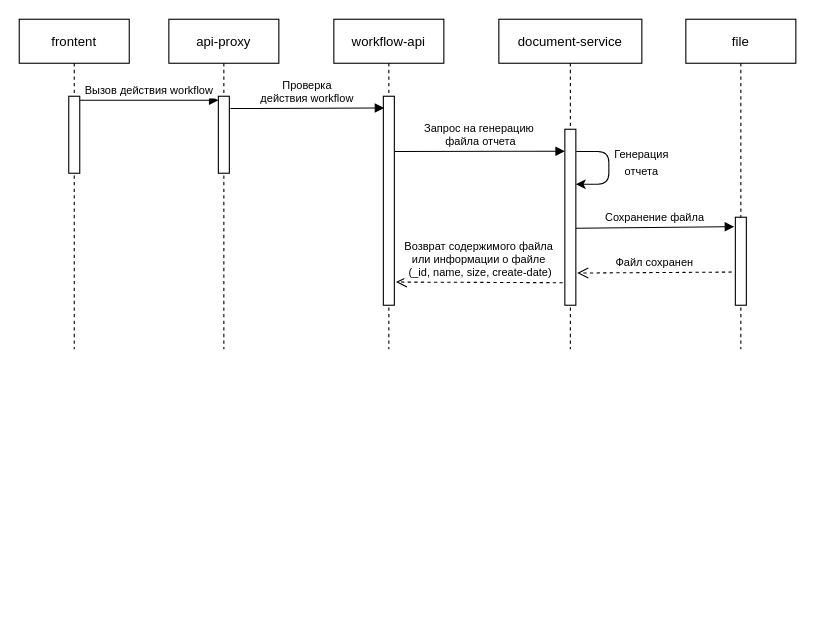
This is document-service/syncExport.drawio from effective-group/docs-drawio, a draw.io file, before an edit. Source tidied: cells renumbered, new cells numbered last; positions are measured from the earlier drawing's top-left corner, leaving out a move shared by most shapes. Both pictures are drawn from the tidied source at 110%, with x=0, y=0 at pixel (19, 19).
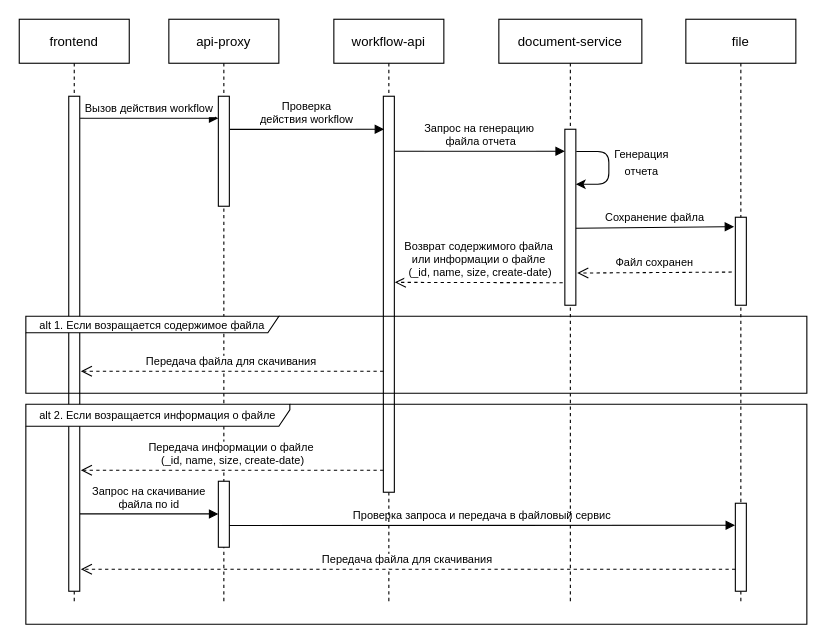
The same page after the edit.

Unchanged cells that the change refers to:
```xml
<mxCell id="9" style="points=[];perimeter=orthogonalPerimeter;rounded=0;shadow=0;strokeWidth=1;" parent="8" vertex="1">
  <mxGeometry x="60" y="100" width="10" height="160" as="geometry" />
</mxCell>
```

Diff of the diagram source:
```diff
@@
-    <mxCell id="2" value="frontent" style="shape=umlLifeline;perimeter=lifelinePerimeter;rounded=0;shadow=0;strokeWidth=1;" parent="1" vertex="1">
-      <mxGeometry width="100" height="300" as="geometry" />
+    <mxCell id="2" value="frontend" style="shape=umlLifeline;perimeter=lifelinePerimeter;rounded=0;shadow=0;strokeWidth=1;" parent="1" vertex="1">
+      <mxGeometry width="100" height="530" as="geometry" />
     </mxCell>
     <mxCell id="3" style="points=[];perimeter=orthogonalPerimeter;rounded=0;shadow=0;strokeWidth=1;" parent="2" vertex="1">
-      <mxGeometry x="45" y="70" width="10" height="70" as="geometry" />
+      <mxGeometry x="45" y="70" width="10" height="450" as="geometry" />
     </mxCell>
     <mxCell id="4" value="api-proxy" style="shape=umlLifeline;perimeter=lifelinePerimeter;rounded=0;shadow=0;strokeWidth=1;" parent="1" vertex="1">
-      <mxGeometry x="136" width="100" height="300" as="geometry" />
+      <mxGeometry x="136" width="100" height="530" as="geometry" />
     </mxCell>
     <mxCell id="5" style="points=[];perimeter=orthogonalPerimeter;rounded=0;shadow=0;strokeWidth=1;" parent="4" vertex="1">
-      <mxGeometry x="45" y="70" width="10" height="70" as="geometry" />
+      <mxGeometry x="45" y="70" width="10" height="100" as="geometry" />
     </mxCell>
+    <mxCell id="20" style="perimeter=orthogonalPerimeter;rounded=0;shadow=0;strokeWidth=1;" parent="4" vertex="1">
+      <mxGeometry x="45" y="420" width="10" height="60" as="geometry" />
+    </mxCell>
+    <mxCell id="21" value="Запрос на скачивание &#10;файла по id" style="verticalAlign=bottom;endArrow=block;entryX=0.005;entryY=0.051;shadow=0;strokeWidth=1;entryDx=0;entryDy=0;entryPerimeter=0;exitX=1.028;exitY=0.051;exitDx=0;exitDy=0;exitPerimeter=0;fontSize=10;" parent="4" edge="1">
+      <mxGeometry relative="1" as="geometry">
+        <mxPoint x="-80.8" y="449.7" as="sourcePoint" />
+        <mxPoint x="45" y="449.7" as="targetPoint" />
+      </mxGeometry>
+    </mxCell>
+    <mxCell id="22" value="Проверка запроса и передача в файловый сервис" style="verticalAlign=bottom;endArrow=block;shadow=0;strokeWidth=1;exitX=1.028;exitY=0.051;exitDx=0;exitDy=0;exitPerimeter=0;fontSize=10;entryX=-0.031;entryY=0.124;entryDx=0;entryDy=0;entryPerimeter=0;" parent="4" edge="1">
+      <mxGeometry relative="1" as="geometry">
+        <mxPoint x="55" y="460.2" as="sourcePoint" />
+        <mxPoint x="514.7" y="460" as="targetPoint" />
+      </mxGeometry>
+    </mxCell>
     <mxCell id="6" value="workflow-api" style="shape=umlLifeline;perimeter=lifelinePerimeter;rounded=0;shadow=0;strokeWidth=1;" parent="1" vertex="1">
-      <mxGeometry x="286" width="100" height="300" as="geometry" />
+      <mxGeometry x="286" width="100" height="530" as="geometry" />
     </mxCell>
     <mxCell id="7" style="points=[];perimeter=orthogonalPerimeter;rounded=0;shadow=0;strokeWidth=1;" parent="6" vertex="1">
-      <mxGeometry x="45" y="70" width="10" height="190" as="geometry" />
+      <mxGeometry x="45" y="70" width="10" height="360" as="geometry" />
     </mxCell>
+    <mxCell id="23" value="Передача информации о файле&#10; (_id, name, size, create-date)" style="verticalAlign=bottom;endArrow=open;dashed=1;endSize=8;shadow=0;strokeWidth=1;fontSize=10;exitX=-0.191;exitY=0.872;exitDx=0;exitDy=0;exitPerimeter=0;" parent="6" edge="1">
+      <mxGeometry relative="1" as="geometry">
+        <mxPoint x="45" y="410" as="sourcePoint" />
+        <mxPoint x="-230" y="410" as="targetPoint" />
+      </mxGeometry>
+    </mxCell>
     <mxCell id="8" value="document-service" style="shape=umlLifeline;perimeter=lifelinePerimeter;rounded=0;shadow=0;strokeWidth=1;" parent="1" vertex="1">
-      <mxGeometry x="436" width="130" height="300" as="geometry" />
+      <mxGeometry x="436" width="130" height="530" as="geometry" />
     </mxCell>
@@
     <mxCell id="11" value="file" style="shape=umlLifeline;perimeter=lifelinePerimeter;rounded=0;shadow=0;strokeWidth=1;" parent="1" vertex="1">
-      <mxGeometry x="606" width="100" height="300" as="geometry" />
+      <mxGeometry x="606" width="100" height="530" as="geometry" />
     </mxCell>
@@
+    <mxCell id="24" style="perimeter=orthogonalPerimeter;rounded=0;shadow=0;strokeWidth=1;" parent="11" vertex="1">
+      <mxGeometry x="45" y="440" width="10" height="80" as="geometry" />
+    </mxCell>
-    <mxCell id="13" value="Вызов действия workflow" style="verticalAlign=bottom;endArrow=block;entryX=0.005;entryY=0.051;shadow=0;strokeWidth=1;entryDx=0;entryDy=0;entryPerimeter=0;exitX=1.028;exitY=0.051;exitDx=0;exitDy=0;exitPerimeter=0;fontSize=10;" parent="1" edge="1" source="3" target="5">
-      <mxGeometry relative="1" as="geometry" />
+    <mxCell id="13" value="Вызов действия workflow" style="verticalAlign=bottom;endArrow=block;entryX=0.005;entryY=0.051;shadow=0;strokeWidth=1;entryDx=0;entryDy=0;entryPerimeter=0;exitX=1.028;exitY=0.051;exitDx=0;exitDy=0;exitPerimeter=0;fontSize=10;" parent="1" edge="1">
+      <mxGeometry relative="1" as="geometry">
+        <mxPoint x="55.3" y="90" as="sourcePoint" />
+        <mxPoint x="181" y="90" as="targetPoint" />
+      </mxGeometry>
     </mxCell>
-    <mxCell id="14" value="Проверка &#10;действия workflow" style="verticalAlign=bottom;endArrow=block;shadow=0;strokeWidth=1;exitX=1.098;exitY=0.16;exitDx=0;exitDy=0;exitPerimeter=0;entryX=0.074;entryY=0.056;entryDx=0;entryDy=0;entryPerimeter=0;fontSize=10;" parent="1" edge="1" source="5" target="7">
-      <mxGeometry relative="1" as="geometry" />
+    <mxCell id="14" value="Проверка &#10;действия workflow" style="verticalAlign=bottom;endArrow=block;shadow=0;strokeWidth=1;entryX=0.074;entryY=0.056;entryDx=0;entryDy=0;entryPerimeter=0;fontSize=10;exitX=1.059;exitY=0.025;exitDx=0;exitDy=0;exitPerimeter=0;" parent="1" edge="1">
+      <mxGeometry relative="1" as="geometry">
+        <mxPoint x="191.6" y="100.1" as="sourcePoint" />
+        <mxPoint x="331.7" y="100" as="targetPoint" />
+      </mxGeometry>
     </mxCell>
-    <mxCell id="15" value="Запрос на генерацию&#10; файла отчета" style="verticalAlign=bottom;endArrow=block;shadow=0;strokeWidth=1;exitX=1.041;exitY=0.264;exitDx=0;exitDy=0;exitPerimeter=0;fontSize=10;" parent="1" edge="1" source="7">
+    <mxCell id="15" value="Запрос на генерацию&#10; файла отчета" style="verticalAlign=bottom;endArrow=block;shadow=0;strokeWidth=1;fontSize=10;exitX=1.056;exitY=0.139;exitDx=0;exitDy=0;exitPerimeter=0;" parent="1" edge="1" source="7">
       <mxGeometry relative="1" as="geometry">
         <mxPoint x="496" y="120" as="targetPoint" />
       </mxGeometry>
     </mxCell>
@@
-    <mxCell id="18" value="Возврат содержимого файла &#10;или информации о файле&#10; (_id, name, size, create-date)" style="verticalAlign=bottom;endArrow=open;dashed=1;endSize=8;shadow=0;strokeWidth=1;fontSize=10;entryX=1.144;entryY=0.889;entryDx=0;entryDy=0;entryPerimeter=0;exitX=-0.191;exitY=0.872;exitDx=0;exitDy=0;exitPerimeter=0;" parent="1" edge="1" source="9" target="7">
+    <mxCell id="18" value="Возврат содержимого файла &#10;или информации о файле&#10; (_id, name, size, create-date)" style="verticalAlign=bottom;endArrow=open;dashed=1;endSize=8;shadow=0;strokeWidth=1;fontSize=10;exitX=-0.191;exitY=0.872;exitDx=0;exitDy=0;exitPerimeter=0;entryX=1.044;entryY=0.47;entryDx=0;entryDy=0;entryPerimeter=0;" parent="1" edge="1" source="9" target="7">
       <mxGeometry relative="1" as="geometry" />
     </mxCell>
@@
+    <mxCell id="25" value="&lt;font style=&quot;font-size: 10px;&quot;&gt;alt 2. Если возращается информация о файле&lt;/font&gt;" style="shape=umlFrame;whiteSpace=wrap;html=1;width=240;height=20;" parent="1" vertex="1">
+      <mxGeometry x="6" y="350" width="710" height="200" as="geometry" />
+    </mxCell>
+    <mxCell id="26" value="Передача файла для скачивания" style="verticalAlign=bottom;endArrow=open;dashed=1;endSize=8;shadow=0;strokeWidth=1;fontSize=10;exitX=-0.191;exitY=0.872;exitDx=0;exitDy=0;exitPerimeter=0;" parent="1" edge="1">
+      <mxGeometry relative="1" as="geometry">
+        <mxPoint x="651" y="500" as="sourcePoint" />
+        <mxPoint x="56" y="500" as="targetPoint" />
+      </mxGeometry>
+    </mxCell>
+    <mxCell id="27" value="&lt;font style=&quot;font-size: 10px;&quot;&gt;alt 1. Если возращается содержимое файла&lt;/font&gt;" style="shape=umlFrame;whiteSpace=wrap;html=1;width=230;height=15;" parent="1" vertex="1">
+      <mxGeometry x="6" y="270" width="710" height="70" as="geometry" />
+    </mxCell>
+    <mxCell id="28" value="Передача файла для скачивания" style="verticalAlign=bottom;endArrow=open;dashed=1;endSize=8;shadow=0;strokeWidth=1;fontSize=10;exitX=-0.191;exitY=0.872;exitDx=0;exitDy=0;exitPerimeter=0;" parent="1" edge="1">
+      <mxGeometry relative="1" as="geometry">
+        <mxPoint x="331" y="320" as="sourcePoint" />
+        <mxPoint x="56" y="320" as="targetPoint" />
+      </mxGeometry>
+    </mxCell>
```
